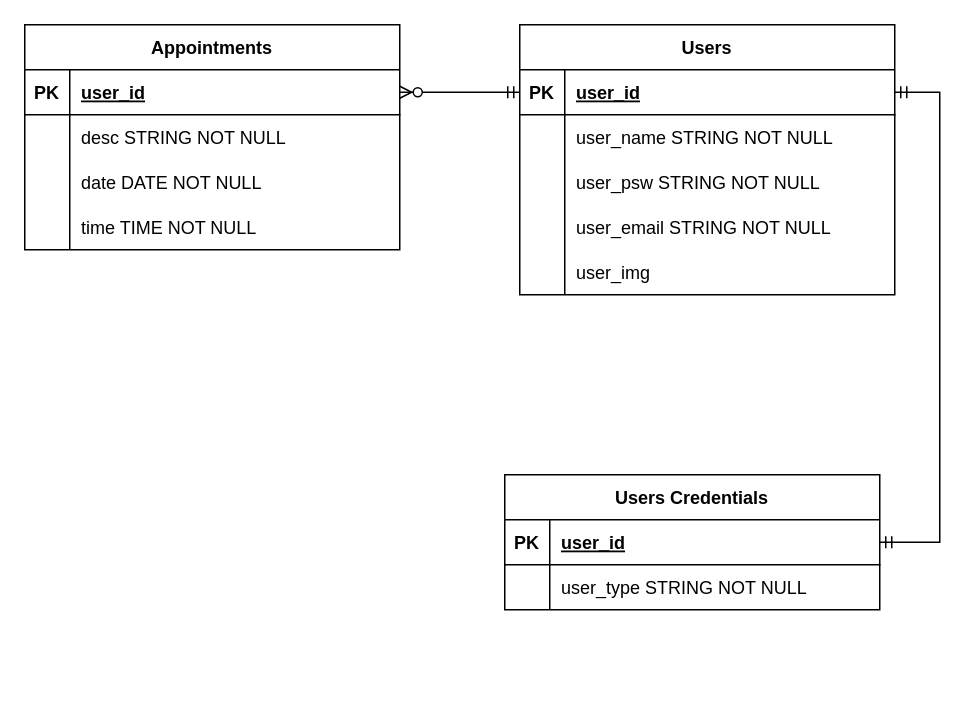
This is Stories - DB diagram/DB.drawio from APaggiHitta/PM3, a draw.io file, before an edit. Source tidied: cells renumbered, new cells numbered last; positions are measured from the earlier drawing's top-left corner, leaving out a move shared by most shapes. Both pictures are drawn from the tidied source at 150%, with x=0, y=0 at pixel (24, 24).
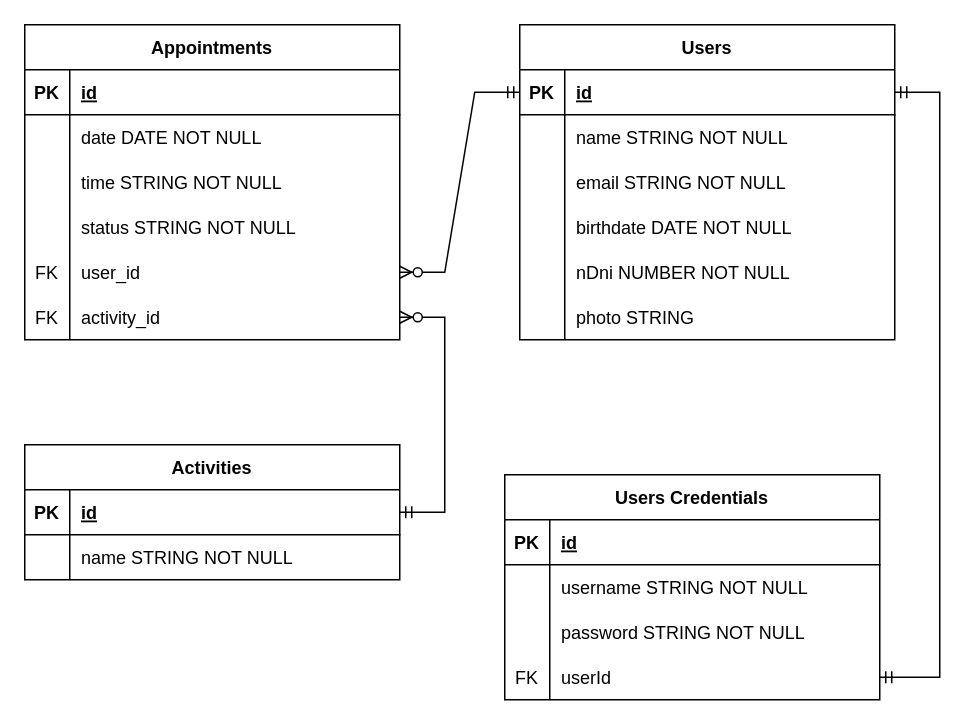
The same page after the edit.

Commit message:
Se actualiza diagrama de base de datos

The change refers to these unchanged cells:
```xml
<mxCell id="3" style="shape=partialRectangle;fillColor=none;points=[[0,0.5],[1,0.5]];portConstraint=eastwest;top=0;left=0;right=0;bottom=1;" parent="2" vertex="1">
  <mxGeometry y="30" width="250" height="30" as="geometry" />
</mxCell>
<mxCell id="6" style="shape=partialRectangle;fillColor=none;top=0;left=0;right=0;bottom=0;" parent="2" vertex="1">
  <mxGeometry y="60" width="250" height="30" as="geometry" />
</mxCell>
<mxCell id="9" style="shape=partialRectangle;fillColor=none;top=0;left=0;right=0;bottom=0;" parent="2" vertex="1">
  <mxGeometry y="90" width="250" height="30" as="geometry" />
</mxCell>
<mxCell id="12" style="shape=partialRectangle;fillColor=none;top=0;left=0;right=0;bottom=0;" parent="2" vertex="1">
  <mxGeometry y="120" width="250" height="30" as="geometry" />
</mxCell>
<mxCell id="15" style="shape=partialRectangle;fillColor=none;top=0;left=0;right=0;bottom=0;" parent="2" vertex="1">
  <mxGeometry y="150" width="250" height="30" as="geometry" />
</mxCell>
<mxCell id="19" style="shape=partialRectangle;fillColor=none;points=[[0,0.5],[1,0.5]];portConstraint=eastwest;top=0;left=0;right=0;bottom=1;" parent="18" vertex="1">
  <mxGeometry y="30" width="250" height="30" as="geometry" />
</mxCell>
<mxCell id="22" style="shape=partialRectangle;fillColor=none;top=0;left=0;right=0;bottom=0;" parent="18" vertex="1">
  <mxGeometry y="60" width="250" height="30" as="geometry" />
</mxCell>
<mxCell id="26" style="shape=partialRectangle;fillColor=none;points=[[0,0.5],[1,0.5]];portConstraint=eastwest;top=0;left=0;right=0;bottom=1;" parent="25" vertex="1">
  <mxGeometry y="30" width="250" height="30" as="geometry" />
</mxCell>
<mxCell id="29" style="shape=partialRectangle;fillColor=none;top=0;left=0;right=0;bottom=0;" parent="25" vertex="1">
  <mxGeometry y="60" width="250" height="30" as="geometry" />
</mxCell>
<mxCell id="32" style="shape=partialRectangle;fillColor=none;top=0;left=0;right=0;bottom=0;" parent="25" vertex="1">
  <mxGeometry y="90" width="250" height="30" as="geometry" />
</mxCell>
<mxCell id="35" style="shape=partialRectangle;fillColor=none;top=0;left=0;right=0;bottom=0;" parent="25" vertex="1">
  <mxGeometry y="120" width="250" height="30" as="geometry" />
</mxCell>
```

Diff of the diagram source:
```diff
@@
     <mxCell id="2" value="Users" style="shape=table;startSize=30;childLayout=tableLayout;rowLines=0;fontStyle=1;align=center;" parent="1" vertex="1">
-      <mxGeometry x="330" width="250" height="180" as="geometry" />
+      <mxGeometry x="330" width="250" height="210" as="geometry" />
     </mxCell>
@@
-    <mxCell id="5" value="user_id" style="shape=partialRectangle;overflow=hidden;fillColor=none;top=0;left=0;bottom=0;right=0;align=left;spacingLeft=6;fontStyle=5;" parent="3" vertex="1">
+    <mxCell id="5" value="id" style="shape=partialRectangle;overflow=hidden;fillColor=none;top=0;left=0;bottom=0;right=0;align=left;spacingLeft=6;fontStyle=5;" parent="3" vertex="1">
       <mxGeometry x="30" width="220" height="30" as="geometry" />
     </mxCell>
@@
-    <mxCell id="8" value="user_name STRING NOT NULL" style="shape=partialRectangle;overflow=hidden;fillColor=none;top=0;left=0;bottom=0;right=0;align=left;spacingLeft=6;" parent="6" vertex="1">
+    <mxCell id="8" value="name STRING NOT NULL" style="shape=partialRectangle;overflow=hidden;fillColor=none;top=0;left=0;bottom=0;right=0;align=left;spacingLeft=6;" parent="6" vertex="1">
       <mxGeometry x="30" width="220" height="30" as="geometry" />
     </mxCell>
@@
-    <mxCell id="11" value="user_psw STRING NOT NULL" style="shape=partialRectangle;overflow=hidden;fillColor=none;top=0;left=0;bottom=0;right=0;align=left;spacingLeft=6;" parent="9" vertex="1">
+    <mxCell id="11" value="email STRING NOT NULL" style="shape=partialRectangle;overflow=hidden;fillColor=none;top=0;left=0;bottom=0;right=0;align=left;spacingLeft=6;" parent="9" vertex="1">
       <mxGeometry x="30" width="220" height="30" as="geometry" />
     </mxCell>
@@
-    <mxCell id="14" value="user_email STRING NOT NULL" style="shape=partialRectangle;overflow=hidden;fillColor=none;top=0;left=0;bottom=0;right=0;align=left;spacingLeft=6;" parent="12" vertex="1">
+    <mxCell id="14" value="birthdate DATE NOT NULL" style="shape=partialRectangle;overflow=hidden;fillColor=none;top=0;left=0;bottom=0;right=0;align=left;spacingLeft=6;" parent="12" vertex="1">
       <mxGeometry x="30" width="220" height="30" as="geometry" />
     </mxCell>
@@
-    <mxCell id="17" value="user_img" style="shape=partialRectangle;overflow=hidden;fillColor=none;top=0;left=0;bottom=0;right=0;align=left;spacingLeft=6;" parent="15" vertex="1">
+    <mxCell id="17" value="nDni NUMBER NOT NULL" style="shape=partialRectangle;overflow=hidden;fillColor=none;top=0;left=0;bottom=0;right=0;align=left;spacingLeft=6;" parent="15" vertex="1">
       <mxGeometry x="30" width="220" height="30" as="geometry" />
     </mxCell>
+    <mxCell id="40" style="shape=partialRectangle;fillColor=none;top=0;left=0;right=0;bottom=0;" parent="2" vertex="1">
+      <mxGeometry y="180" width="250" height="30" as="geometry" />
+    </mxCell>
+    <mxCell id="41" style="shape=partialRectangle;overflow=hidden;fillColor=none;top=0;left=0;bottom=0;right=0;" parent="40" vertex="1">
+      <mxGeometry width="30" height="30" as="geometry" />
+    </mxCell>
+    <mxCell id="42" value="photo STRING" style="shape=partialRectangle;overflow=hidden;fillColor=none;top=0;left=0;bottom=0;right=0;align=left;spacingLeft=6;" parent="40" vertex="1">
+      <mxGeometry x="30" width="220" height="30" as="geometry" />
+    </mxCell>
     <mxCell id="18" value="Users Credentials" style="shape=table;startSize=30;childLayout=tableLayout;rowLines=0;fontStyle=1;align=center;" parent="1" vertex="1">
-      <mxGeometry x="320" y="300" width="250" height="90" as="geometry" />
+      <mxGeometry x="320" y="300" width="250" height="150" as="geometry" />
     </mxCell>
@@
-    <mxCell id="21" value="user_id" style="shape=partialRectangle;overflow=hidden;fillColor=none;top=0;left=0;bottom=0;right=0;align=left;spacingLeft=6;fontStyle=5;" parent="19" vertex="1">
+    <mxCell id="21" value="id" style="shape=partialRectangle;overflow=hidden;fillColor=none;top=0;left=0;bottom=0;right=0;align=left;spacingLeft=6;fontStyle=5;" parent="19" vertex="1">
       <mxGeometry x="30" width="220" height="30" as="geometry" />
     </mxCell>
@@
-    <mxCell id="24" value="user_type STRING NOT NULL" style="shape=partialRectangle;overflow=hidden;fillColor=none;top=0;left=0;bottom=0;right=0;align=left;spacingLeft=6;" parent="22" vertex="1">
+    <mxCell id="24" value="username STRING NOT NULL" style="shape=partialRectangle;overflow=hidden;fillColor=none;top=0;left=0;bottom=0;right=0;align=left;spacingLeft=6;" parent="22" vertex="1">
       <mxGeometry x="30" width="220" height="30" as="geometry" />
     </mxCell>
+    <mxCell id="43" style="shape=partialRectangle;fillColor=none;top=0;left=0;right=0;bottom=0;" parent="18" vertex="1">
+      <mxGeometry y="90" width="250" height="30" as="geometry" />
+    </mxCell>
+    <mxCell id="44" style="shape=partialRectangle;overflow=hidden;fillColor=none;top=0;left=0;bottom=0;right=0;" parent="43" vertex="1">
+      <mxGeometry width="30" height="30" as="geometry" />
+    </mxCell>
+    <mxCell id="45" value="password STRING NOT NULL" style="shape=partialRectangle;overflow=hidden;fillColor=none;top=0;left=0;bottom=0;right=0;align=left;spacingLeft=6;" parent="43" vertex="1">
+      <mxGeometry x="30" width="220" height="30" as="geometry" />
+    </mxCell>
+    <mxCell id="46" style="shape=partialRectangle;fillColor=none;points=[[0,0.5],[1,0.5]];portConstraint=eastwest;top=0;left=0;right=0;bottom=0;" parent="18" vertex="1">
+      <mxGeometry y="120" width="250" height="30" as="geometry" />
+    </mxCell>
+    <mxCell id="47" value="FK" style="shape=partialRectangle;overflow=hidden;fillColor=none;top=0;left=0;bottom=0;right=0;" parent="46" vertex="1">
+      <mxGeometry width="30" height="30" as="geometry" />
+    </mxCell>
+    <mxCell id="48" value="userId" style="shape=partialRectangle;overflow=hidden;fillColor=none;top=0;left=0;bottom=0;right=0;align=left;spacingLeft=6;" parent="46" vertex="1">
+      <mxGeometry x="30" width="220" height="30" as="geometry" />
+    </mxCell>
     <mxCell id="25" value="Appointments" style="shape=table;startSize=30;childLayout=tableLayout;rowLines=0;fontStyle=1;align=center;" parent="1" vertex="1">
-      <mxGeometry width="250" height="150" as="geometry" />
+      <mxGeometry width="250" height="210" as="geometry" />
     </mxCell>
@@
-    <mxCell id="28" value="user_id" style="shape=partialRectangle;overflow=hidden;fillColor=none;top=0;left=0;bottom=0;right=0;align=left;spacingLeft=6;fontStyle=5;" parent="26" vertex="1">
+    <mxCell id="28" value="id" style="shape=partialRectangle;overflow=hidden;fillColor=none;top=0;left=0;bottom=0;right=0;align=left;spacingLeft=6;fontStyle=5;" parent="26" vertex="1">
       <mxGeometry x="30" width="220" height="30" as="geometry" />
     </mxCell>
@@
-    <mxCell id="31" value="desc STRING NOT NULL" style="shape=partialRectangle;overflow=hidden;fillColor=none;top=0;left=0;bottom=0;right=0;align=left;spacingLeft=6;" parent="29" vertex="1">
+    <mxCell id="31" value="date DATE NOT NULL" style="shape=partialRectangle;overflow=hidden;fillColor=none;top=0;left=0;bottom=0;right=0;align=left;spacingLeft=6;" parent="29" vertex="1">
       <mxGeometry x="30" width="220" height="30" as="geometry" />
     </mxCell>
@@
-    <mxCell id="34" value="date DATE NOT NULL" style="shape=partialRectangle;overflow=hidden;fillColor=none;top=0;left=0;bottom=0;right=0;align=left;spacingLeft=6;" parent="32" vertex="1">
+    <mxCell id="34" value="time STRING NOT NULL" style="shape=partialRectangle;overflow=hidden;fillColor=none;top=0;left=0;bottom=0;right=0;align=left;spacingLeft=6;" parent="32" vertex="1">
       <mxGeometry x="30" width="220" height="30" as="geometry" />
     </mxCell>
@@
-    <mxCell id="37" value="time TIME NOT NULL" style="shape=partialRectangle;overflow=hidden;fillColor=none;top=0;left=0;bottom=0;right=0;align=left;spacingLeft=6;" parent="35" vertex="1">
+    <mxCell id="37" value="status STRING NOT NULL" style="shape=partialRectangle;overflow=hidden;fillColor=none;top=0;left=0;bottom=0;right=0;align=left;spacingLeft=6;" parent="35" vertex="1">
       <mxGeometry x="30" width="220" height="30" as="geometry" />
     </mxCell>
+    <mxCell id="49" style="shape=partialRectangle;fillColor=none;points=[[0,0.5],[1,0.5]];portConstraint=eastwest;top=0;left=0;right=0;bottom=0;" parent="25" vertex="1">
+      <mxGeometry y="150" width="250" height="30" as="geometry" />
+    </mxCell>
+    <mxCell id="50" value="FK" style="shape=partialRectangle;overflow=hidden;fillColor=none;top=0;left=0;bottom=0;right=0;" parent="49" vertex="1">
+      <mxGeometry width="30" height="30" as="geometry" />
+    </mxCell>
+    <mxCell id="51" value="user_id " style="shape=partialRectangle;overflow=hidden;fillColor=none;top=0;left=0;bottom=0;right=0;align=left;spacingLeft=6;" parent="49" vertex="1">
+      <mxGeometry x="30" width="220" height="30" as="geometry" />
+    </mxCell>
+    <mxCell id="52" style="shape=partialRectangle;fillColor=none;points=[[0,0.5],[1,0.5]];portConstraint=eastwest;top=0;left=0;right=0;bottom=0;" parent="25" vertex="1">
+      <mxGeometry y="180" width="250" height="30" as="geometry" />
+    </mxCell>
+    <mxCell id="53" value="FK" style="shape=partialRectangle;overflow=hidden;fillColor=none;top=0;left=0;bottom=0;right=0;" parent="52" vertex="1">
+      <mxGeometry width="30" height="30" as="geometry" />
+    </mxCell>
+    <mxCell id="54" value="activity_id" style="shape=partialRectangle;overflow=hidden;fillColor=none;top=0;left=0;bottom=0;right=0;align=left;spacingLeft=6;" parent="52" vertex="1">
+      <mxGeometry x="30" width="220" height="30" as="geometry" />
+    </mxCell>
-    <mxCell id="38" style="edgeStyle=entityRelationEdgeStyle;fontSize=12;html=1;endArrow=ERmandOne;startArrow=ERmandOne;rounded=0;exitX=1;exitY=0.5;exitDx=0;exitDy=0;" parent="1" edge="1" source="19" target="3">
+    <mxCell id="38" style="edgeStyle=entityRelationEdgeStyle;fontSize=12;html=1;endArrow=ERmandOne;startArrow=ERmandOne;rounded=0;exitX=1;exitY=0.5;exitDx=0;exitDy=0;" parent="1" edge="1" source="46" target="3">
       <mxGeometry relative="1" as="geometry">
         <Array as="points">
           <mxPoint x="700" y="120" />
           <mxPoint x="720" y="270" />
           <mxPoint x="640" y="250" />
           <mxPoint x="670" y="120" />
           <mxPoint x="700" y="130" />
           <mxPoint x="740" y="180" />
         </Array>
       </mxGeometry>
     </mxCell>
-    <mxCell id="39" style="edgeStyle=entityRelationEdgeStyle;fontSize=12;html=1;endArrow=ERzeroToMany;startArrow=ERmandOne;rounded=0;exitX=0;exitY=0.5;exitDx=0;exitDy=0;entryX=1;entryY=0.5;entryDx=0;entryDy=0;" parent="1" edge="1" source="3" target="26">
+    <mxCell id="39" style="edgeStyle=entityRelationEdgeStyle;fontSize=12;html=1;endArrow=ERzeroToMany;startArrow=ERmandOne;rounded=0;exitX=0;exitY=0.5;exitDx=0;exitDy=0;entryX=1;entryY=0.5;entryDx=0;entryDy=0;" parent="1" edge="1" source="3" target="49">
       <mxGeometry relative="1" as="geometry" />
     </mxCell>
+    <mxCell id="55" value="Activities" style="shape=table;startSize=30;childLayout=tableLayout;rowLines=0;fontStyle=1;align=center;" parent="1" vertex="1">
+      <mxGeometry y="280" width="250" height="90" as="geometry" />
+    </mxCell>
+    <mxCell id="56" style="shape=partialRectangle;fillColor=none;points=[[0,0.5],[1,0.5]];portConstraint=eastwest;top=0;left=0;right=0;bottom=1;" parent="55" vertex="1">
+      <mxGeometry y="30" width="250" height="30" as="geometry" />
+    </mxCell>
+    <mxCell id="57" value="PK" style="shape=partialRectangle;overflow=hidden;fillColor=none;top=0;left=0;bottom=0;right=0;fontStyle=1;" parent="56" vertex="1">
+      <mxGeometry width="30" height="30" as="geometry" />
+    </mxCell>
+    <mxCell id="58" value="id" style="shape=partialRectangle;overflow=hidden;fillColor=none;top=0;left=0;bottom=0;right=0;align=left;spacingLeft=6;fontStyle=5;" parent="56" vertex="1">
+      <mxGeometry x="30" width="220" height="30" as="geometry" />
+    </mxCell>
+    <mxCell id="59" style="shape=partialRectangle;fillColor=none;top=0;left=0;right=0;bottom=0;" parent="55" vertex="1">
+      <mxGeometry y="60" width="250" height="30" as="geometry" />
+    </mxCell>
+    <mxCell id="60" style="shape=partialRectangle;overflow=hidden;fillColor=none;top=0;left=0;bottom=0;right=0;" parent="59" vertex="1">
+      <mxGeometry width="30" height="30" as="geometry" />
+    </mxCell>
+    <mxCell id="61" value="name STRING NOT NULL" style="shape=partialRectangle;overflow=hidden;fillColor=none;top=0;left=0;bottom=0;right=0;align=left;spacingLeft=6;" parent="59" vertex="1">
+      <mxGeometry x="30" width="220" height="30" as="geometry" />
+    </mxCell>
+    <mxCell id="62" style="edgeStyle=entityRelationEdgeStyle;fontSize=12;html=1;endArrow=ERzeroToMany;startArrow=ERmandOne;rounded=0;entryX=1;entryY=0.5;entryDx=0;entryDy=0;exitX=1;exitY=0.5;exitDx=0;exitDy=0;" parent="1" edge="1" source="56" target="52">
+      <mxGeometry relative="1" as="geometry" />
+    </mxCell>
```
